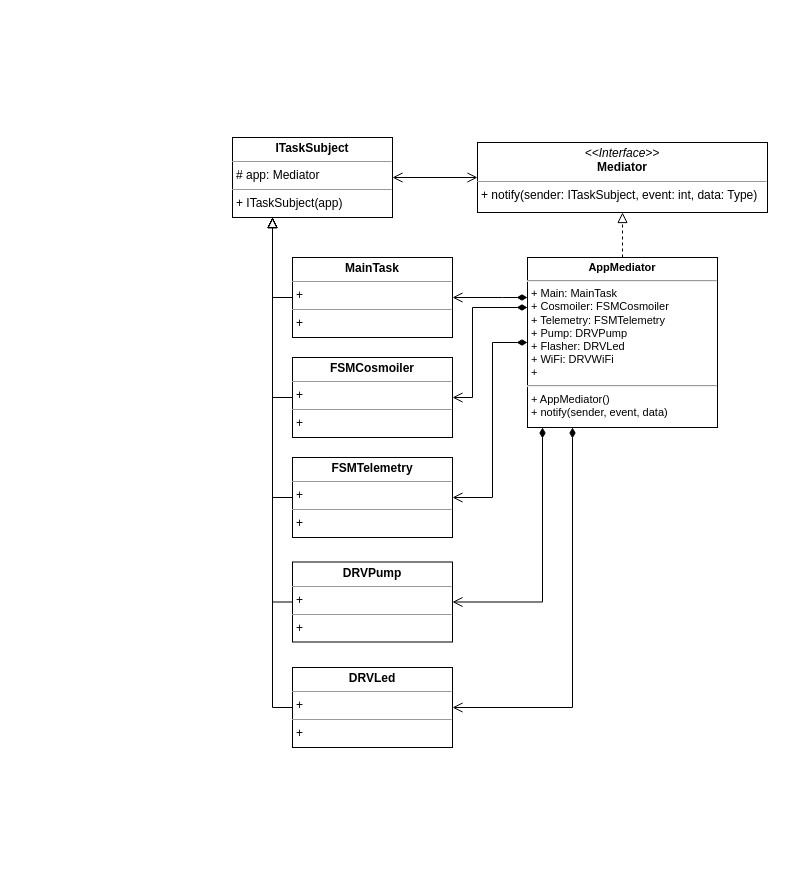
The draw.io diagram page "Mediator" (9 of 9) of Untitled Diagram.drawio in kosmonavtX/Cosmoiler-2.0, before the edit. Source tidied: cells renumbered, new cells numbered last; positions are measured from the earlier drawing's top-left corner, leaving out a move shared by most shapes. Both pictures are drawn from the tidied source at 100%, with x=0, y=0 at pixel (232, 137).
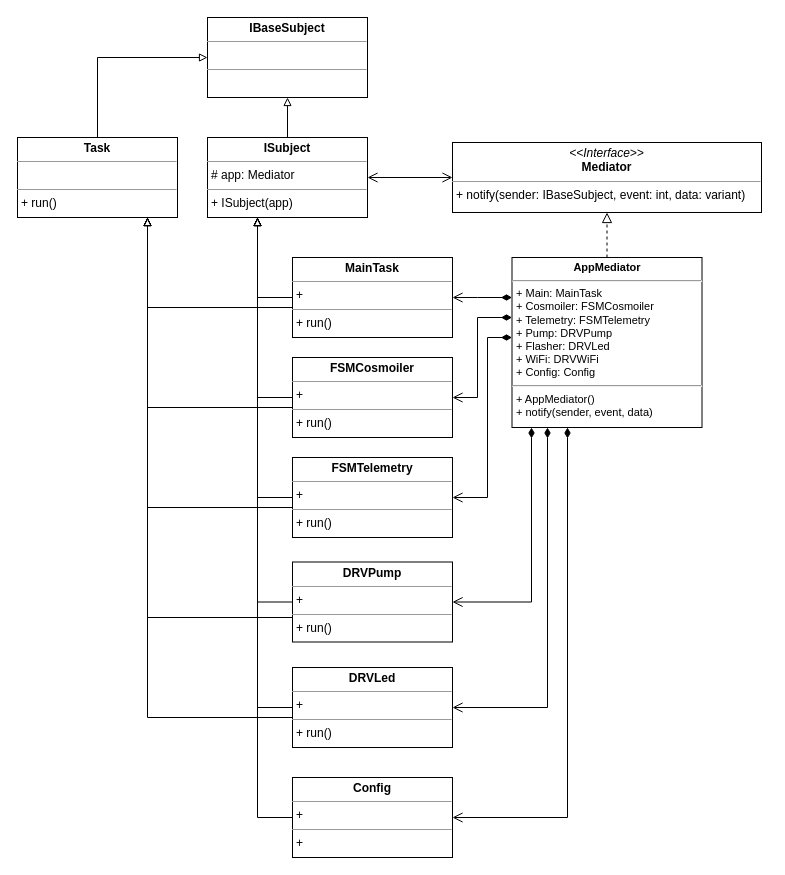
Above is the later version.

Change to the diagram source:
```diff
@@
-    <mxCell id="2" value="&lt;p style=&quot;margin:0px;margin-top:4px;text-align:center;&quot;&gt;&lt;i&gt;&amp;lt;&amp;lt;Interface&amp;gt;&amp;gt;&lt;/i&gt;&lt;br&gt;&lt;b&gt;Mediator&lt;/b&gt;&lt;/p&gt;&lt;hr size=&quot;1&quot;&gt;&lt;p style=&quot;margin:0px;margin-left:4px;&quot;&gt;+ notify(sender: ITaskSubject, event: int, data: Type)&lt;br&gt;&lt;/p&gt;" style="verticalAlign=top;align=left;overflow=fill;fontSize=12;fontFamily=Helvetica;html=1;" parent="1" vertex="1">
-      <mxGeometry x="245" y="5" width="290" height="70" as="geometry" />
+    <mxCell id="2" value="&lt;p style=&quot;margin:0px;margin-top:4px;text-align:center;&quot;&gt;&lt;i&gt;&amp;lt;&amp;lt;Interface&amp;gt;&amp;gt;&lt;/i&gt;&lt;br&gt;&lt;b&gt;Mediator&lt;/b&gt;&lt;/p&gt;&lt;hr size=&quot;1&quot;&gt;&lt;p style=&quot;margin:0px;margin-left:4px;&quot;&gt;+ notify(sender: IBaseSubject, event: int, data: variant)&lt;br&gt;&lt;/p&gt;" style="verticalAlign=top;align=left;overflow=fill;fontSize=12;fontFamily=Helvetica;html=1;" parent="1" vertex="1">
+      <mxGeometry x="220" y="5" width="309" height="70" as="geometry" />
     </mxCell>
@@
-    <mxCell id="4" value="&lt;p style=&quot;margin: 4px 0px 0px; text-align: center; font-size: 11px;&quot;&gt;&lt;b style=&quot;font-size: 11px;&quot;&gt;AppMediator&lt;/b&gt;&lt;/p&gt;&lt;hr style=&quot;font-size: 11px;&quot;&gt;&lt;p style=&quot;margin: 0px 0px 0px 4px; font-size: 11px;&quot;&gt;+ Main: MainTask&amp;nbsp;&lt;/p&gt;&lt;p style=&quot;margin: 0px 0px 0px 4px; font-size: 11px;&quot;&gt;+ Cosmoiler: FSMCosmoiler&lt;/p&gt;&lt;p style=&quot;margin: 0px 0px 0px 4px; font-size: 11px;&quot;&gt;+ Telemetry: FSMTelemetry&lt;/p&gt;&lt;p style=&quot;margin: 0px 0px 0px 4px; font-size: 11px;&quot;&gt;+ Pump: DRVPump&lt;/p&gt;&lt;p style=&quot;margin: 0px 0px 0px 4px; font-size: 11px;&quot;&gt;+ Flasher: DRVLed&lt;/p&gt;&lt;p style=&quot;margin: 0px 0px 0px 4px; font-size: 11px;&quot;&gt;+ WiFi: DRVWiFi&lt;/p&gt;&lt;p style=&quot;margin: 0px 0px 0px 4px; font-size: 11px;&quot;&gt;+&amp;nbsp;&lt;/p&gt;&lt;hr style=&quot;font-size: 11px;&quot;&gt;&lt;p style=&quot;margin: 0px 0px 0px 4px; font-size: 11px;&quot;&gt;+ AppMediator()&lt;/p&gt;&lt;p style=&quot;margin: 0px 0px 0px 4px; font-size: 11px;&quot;&gt;+ notify(sender, event, data)&lt;/p&gt;" style="verticalAlign=top;align=left;overflow=fill;fontSize=11;fontFamily=Helvetica;html=1;" parent="1" vertex="1">
-      <mxGeometry x="295" y="120" width="190" height="170" as="geometry" />
+    <mxCell id="4" value="&lt;p style=&quot;margin: 4px 0px 0px; text-align: center; font-size: 11px;&quot;&gt;&lt;b style=&quot;font-size: 11px;&quot;&gt;AppMediator&lt;/b&gt;&lt;/p&gt;&lt;hr style=&quot;font-size: 11px;&quot;&gt;&lt;p style=&quot;margin: 0px 0px 0px 4px; font-size: 11px;&quot;&gt;+ Main: MainTask&amp;nbsp;&lt;/p&gt;&lt;p style=&quot;margin: 0px 0px 0px 4px; font-size: 11px;&quot;&gt;+ Cosmoiler: FSMCosmoiler&lt;/p&gt;&lt;p style=&quot;margin: 0px 0px 0px 4px; font-size: 11px;&quot;&gt;+ Telemetry: FSMTelemetry&lt;/p&gt;&lt;p style=&quot;margin: 0px 0px 0px 4px; font-size: 11px;&quot;&gt;+ Pump: DRVPump&lt;/p&gt;&lt;p style=&quot;margin: 0px 0px 0px 4px; font-size: 11px;&quot;&gt;+ Flasher: DRVLed&lt;/p&gt;&lt;p style=&quot;margin: 0px 0px 0px 4px; font-size: 11px;&quot;&gt;+ WiFi: DRVWiFi&lt;/p&gt;&lt;p style=&quot;margin: 0px 0px 0px 4px; font-size: 11px;&quot;&gt;+ Config: Config&lt;/p&gt;&lt;hr style=&quot;font-size: 11px;&quot;&gt;&lt;p style=&quot;margin: 0px 0px 0px 4px; font-size: 11px;&quot;&gt;+ AppMediator()&lt;/p&gt;&lt;p style=&quot;margin: 0px 0px 0px 4px; font-size: 11px;&quot;&gt;+ notify(sender, event, data)&lt;/p&gt;" style="verticalAlign=top;align=left;overflow=fill;fontSize=11;fontFamily=Helvetica;html=1;" parent="1" vertex="1">
+      <mxGeometry x="279.5" y="120" width="190" height="170" as="geometry" />
     </mxCell>
     <mxCell id="5" style="edgeStyle=orthogonalEdgeStyle;rounded=0;jettySize=auto;html=1;fontSize=11;startArrow=open;startFill=0;endArrow=diamondThin;endFill=1;startSize=8;endSize=8;" parent="1" edge="1" source="7" target="4">
       <mxGeometry relative="1" as="geometry">
         <Array as="points">
-          <mxPoint x="240" y="260" />
-          <mxPoint x="240" y="170" />
+          <mxPoint x="245" y="260" />
+          <mxPoint x="245" y="180" />
         </Array>
       </mxGeometry>
     </mxCell>
-    <mxCell id="6" style="edgeStyle=orthogonalEdgeStyle;rounded=0;jettySize=auto;html=1;fontSize=11;startArrow=none;startFill=0;endArrow=block;endFill=0;startSize=8;endSize=8;entryX=0.25;entryY=1;entryDx=0;entryDy=0;exitX=0;exitY=0.5;exitDx=0;exitDy=0;" parent="1" edge="1" source="7" target="8">
+    <mxCell id="6" style="edgeStyle=orthogonalEdgeStyle;rounded=0;jettySize=auto;html=1;fontSize=11;startArrow=none;startFill=0;endArrow=block;endFill=0;startSize=8;endSize=6;exitX=0;exitY=0.5;exitDx=0;exitDy=0;" parent="1" edge="1" source="7" target="8">
       <mxGeometry relative="1" as="geometry">
         <Array as="points">
-          <mxPoint x="40" y="260" />
+          <mxPoint x="25" y="260" />
         </Array>
       </mxGeometry>
     </mxCell>
+    <mxCell id="22" style="edgeStyle=orthogonalEdgeStyle;rounded=0;jettySize=auto;html=1;endArrow=block;endFill=0;" parent="1" edge="1" source="7" target="30">
+      <mxGeometry relative="1" as="geometry">
+        <Array as="points">
+          <mxPoint x="-85" y="270" />
+        </Array>
+      </mxGeometry>
+    </mxCell>
-    <mxCell id="7" value="&lt;p style=&quot;margin:0px;margin-top:4px;text-align:center;&quot;&gt;&lt;b&gt;FSMCosmoiler&lt;/b&gt;&lt;/p&gt;&lt;hr size=&quot;1&quot;&gt;&lt;p style=&quot;margin:0px;margin-left:4px;&quot;&gt;+&lt;/p&gt;&lt;hr size=&quot;1&quot;&gt;&lt;p style=&quot;margin:0px;margin-left:4px;&quot;&gt;+&amp;nbsp;&lt;/p&gt;" style="verticalAlign=top;align=left;overflow=fill;fontSize=12;fontFamily=Helvetica;html=1;" parent="1" vertex="1">
+    <mxCell id="7" value="&lt;p style=&quot;margin:0px;margin-top:4px;text-align:center;&quot;&gt;&lt;b&gt;FSMCosmoiler&lt;/b&gt;&lt;/p&gt;&lt;hr size=&quot;1&quot;&gt;&lt;p style=&quot;margin:0px;margin-left:4px;&quot;&gt;+&lt;/p&gt;&lt;hr size=&quot;1&quot;&gt;&lt;p style=&quot;margin:0px;margin-left:4px;&quot;&gt;+ run()&lt;/p&gt;" style="verticalAlign=top;align=left;overflow=fill;fontSize=12;fontFamily=Helvetica;html=1;" parent="1" vertex="1">
       <mxGeometry x="60" y="220" width="160" height="80" as="geometry" />
     </mxCell>
+    <mxCell id="23" style="edgeStyle=orthogonalEdgeStyle;rounded=0;jettySize=auto;html=1;endArrow=block;endFill=0;" parent="1" edge="1" source="8" target="28">
+      <mxGeometry relative="1" as="geometry" />
+    </mxCell>
-    <mxCell id="8" value="&lt;p style=&quot;margin:0px;margin-top:4px;text-align:center;&quot;&gt;&lt;b&gt;ITaskSubject&lt;/b&gt;&lt;/p&gt;&lt;hr size=&quot;1&quot;&gt;&lt;p style=&quot;margin:0px;margin-left:4px;&quot;&gt;# app: Mediator&lt;/p&gt;&lt;hr size=&quot;1&quot;&gt;&lt;p style=&quot;margin:0px;margin-left:4px;&quot;&gt;+ ITaskSubject(app)&lt;/p&gt;" style="verticalAlign=top;align=left;overflow=fill;fontSize=12;fontFamily=Helvetica;html=1;" parent="1" vertex="1">
-      <mxGeometry width="160" height="80" as="geometry" />
+    <mxCell id="8" value="&lt;p style=&quot;margin:0px;margin-top:4px;text-align:center;&quot;&gt;&lt;b&gt;ISubject&lt;/b&gt;&lt;/p&gt;&lt;hr size=&quot;1&quot;&gt;&lt;p style=&quot;margin:0px;margin-left:4px;&quot;&gt;# app: Mediator&lt;/p&gt;&lt;hr size=&quot;1&quot;&gt;&lt;p style=&quot;margin:0px;margin-left:4px;&quot;&gt;+ ISubject(app)&lt;/p&gt;" style="verticalAlign=top;align=left;overflow=fill;fontSize=12;fontFamily=Helvetica;html=1;" parent="1" vertex="1">
+      <mxGeometry x="-25" width="160" height="80" as="geometry" />
     </mxCell>
     <mxCell id="9" style="edgeStyle=orthogonalEdgeStyle;rounded=0;jettySize=auto;html=1;fontSize=11;startArrow=open;startFill=0;endArrow=diamondThin;endFill=1;startSize=8;endSize=8;" parent="1" edge="1" source="11" target="4">
       <mxGeometry relative="1" as="geometry">
         <Array as="points">
-          <mxPoint x="270" y="160" />
-          <mxPoint x="270" y="160" />
+          <mxPoint x="245" y="160" />
+          <mxPoint x="245" y="160" />
         </Array>
       </mxGeometry>
     </mxCell>
-    <mxCell id="10" style="edgeStyle=orthogonalEdgeStyle;rounded=0;jettySize=auto;html=1;entryX=0.25;entryY=1;entryDx=0;entryDy=0;fontSize=11;startArrow=none;startFill=0;endArrow=block;endFill=0;startSize=8;endSize=8;exitX=0;exitY=0.5;exitDx=0;exitDy=0;" parent="1" edge="1" source="11" target="8">
-      <mxGeometry relative="1" as="geometry" />
+    <mxCell id="10" style="edgeStyle=orthogonalEdgeStyle;rounded=0;jettySize=auto;html=1;fontSize=11;startArrow=none;startFill=0;endArrow=block;endFill=0;startSize=8;endSize=6;exitX=0;exitY=0.5;exitDx=0;exitDy=0;" parent="1" edge="1" source="11" target="8">
+      <mxGeometry relative="1" as="geometry">
+        <Array as="points">
+          <mxPoint x="25" y="160" />
+        </Array>
+      </mxGeometry>
     </mxCell>
+    <mxCell id="24" style="edgeStyle=orthogonalEdgeStyle;rounded=0;jettySize=auto;html=1;endArrow=block;endFill=0;" parent="1" edge="1" source="11" target="30">
+      <mxGeometry relative="1" as="geometry">
+        <Array as="points">
+          <mxPoint x="-85" y="170" />
+        </Array>
+      </mxGeometry>
+    </mxCell>
-    <mxCell id="11" value="&lt;p style=&quot;margin:0px;margin-top:4px;text-align:center;&quot;&gt;&lt;b&gt;MainTask&lt;/b&gt;&lt;/p&gt;&lt;hr size=&quot;1&quot;&gt;&lt;p style=&quot;margin:0px;margin-left:4px;&quot;&gt;+&lt;/p&gt;&lt;hr size=&quot;1&quot;&gt;&lt;p style=&quot;margin:0px;margin-left:4px;&quot;&gt;+&lt;/p&gt;" style="verticalAlign=top;align=left;overflow=fill;fontSize=12;fontFamily=Helvetica;html=1;" parent="1" vertex="1">
+    <mxCell id="11" value="&lt;p style=&quot;margin:0px;margin-top:4px;text-align:center;&quot;&gt;&lt;b&gt;MainTask&lt;/b&gt;&lt;/p&gt;&lt;hr size=&quot;1&quot;&gt;&lt;p style=&quot;margin:0px;margin-left:4px;&quot;&gt;+&lt;/p&gt;&lt;hr size=&quot;1&quot;&gt;&lt;p style=&quot;margin:0px;margin-left:4px;&quot;&gt;+ run()&lt;/p&gt;" style="verticalAlign=top;align=left;overflow=fill;fontSize=12;fontFamily=Helvetica;html=1;" parent="1" vertex="1">
       <mxGeometry x="60" y="120" width="160" height="80" as="geometry" />
     </mxCell>
@@
-    <mxCell id="13" style="edgeStyle=orthogonalEdgeStyle;rounded=0;jettySize=auto;html=1;fontSize=11;startArrow=none;startFill=0;endArrow=block;endFill=0;startSize=8;endSize=8;exitX=0;exitY=0.5;exitDx=0;exitDy=0;entryX=0.25;entryY=1;entryDx=0;entryDy=0;" parent="1" edge="1" source="15" target="8">
-      <mxGeometry relative="1" as="geometry" />
+    <mxCell id="13" style="edgeStyle=orthogonalEdgeStyle;rounded=0;jettySize=auto;html=1;fontSize=11;startArrow=none;startFill=0;endArrow=block;endFill=0;startSize=8;endSize=6;exitX=0;exitY=0.5;exitDx=0;exitDy=0;" parent="1" edge="1" source="15" target="8">
+      <mxGeometry relative="1" as="geometry">
+        <Array as="points">
+          <mxPoint x="25" y="360" />
+        </Array>
+      </mxGeometry>
     </mxCell>
     <mxCell id="14" style="edgeStyle=orthogonalEdgeStyle;rounded=0;jettySize=auto;html=1;fontSize=11;startArrow=open;startFill=0;endArrow=diamondThin;endFill=1;startSize=8;endSize=8;" parent="1" edge="1" source="15" target="4">
       <mxGeometry relative="1" as="geometry">
         <Array as="points">
-          <mxPoint x="260" y="360" />
-          <mxPoint x="260" y="205" />
+          <mxPoint x="255" y="360" />
+          <mxPoint x="255" y="200" />
         </Array>
       </mxGeometry>
     </mxCell>
+    <mxCell id="25" style="edgeStyle=orthogonalEdgeStyle;rounded=0;jettySize=auto;html=1;endArrow=block;endFill=0;" parent="1" edge="1" source="15" target="30">
+      <mxGeometry relative="1" as="geometry">
+        <Array as="points">
+          <mxPoint x="-85" y="370" />
+        </Array>
+      </mxGeometry>
+    </mxCell>
-    <mxCell id="15" value="&lt;p style=&quot;margin:0px;margin-top:4px;text-align:center;&quot;&gt;&lt;b&gt;FSMTelemetry&lt;/b&gt;&lt;/p&gt;&lt;hr size=&quot;1&quot;&gt;&lt;p style=&quot;margin:0px;margin-left:4px;&quot;&gt;+&lt;/p&gt;&lt;hr size=&quot;1&quot;&gt;&lt;p style=&quot;margin:0px;margin-left:4px;&quot;&gt;+&amp;nbsp;&lt;/p&gt;" style="verticalAlign=top;align=left;overflow=fill;fontSize=12;fontFamily=Helvetica;html=1;" parent="1" vertex="1">
+    <mxCell id="15" value="&lt;p style=&quot;margin:0px;margin-top:4px;text-align:center;&quot;&gt;&lt;b&gt;FSMTelemetry&lt;/b&gt;&lt;/p&gt;&lt;hr size=&quot;1&quot;&gt;&lt;p style=&quot;margin:0px;margin-left:4px;&quot;&gt;+&lt;/p&gt;&lt;hr size=&quot;1&quot;&gt;&lt;p style=&quot;margin:0px;margin-left:4px;&quot;&gt;+ run()&lt;/p&gt;" style="verticalAlign=top;align=left;overflow=fill;fontSize=12;fontFamily=Helvetica;html=1;" parent="1" vertex="1">
       <mxGeometry x="60" y="320" width="160" height="80" as="geometry" />
     </mxCell>
     <mxCell id="16" style="edgeStyle=orthogonalEdgeStyle;rounded=0;jettySize=auto;html=1;fontSize=11;startArrow=open;startFill=0;endArrow=diamondThin;endFill=1;startSize=8;endSize=8;" parent="1" edge="1" source="17" target="4">
       <mxGeometry relative="1" as="geometry">
         <Array as="points">
-          <mxPoint x="310" y="464" />
+          <mxPoint x="299" y="465" />
         </Array>
       </mxGeometry>
     </mxCell>
+    <mxCell id="26" style="edgeStyle=orthogonalEdgeStyle;rounded=0;jettySize=auto;html=1;endArrow=block;endFill=0;" parent="1" edge="1" source="17" target="30">
+      <mxGeometry relative="1" as="geometry">
+        <Array as="points">
+          <mxPoint x="-85" y="480" />
+        </Array>
+      </mxGeometry>
+    </mxCell>
-    <mxCell id="17" value="&lt;p style=&quot;margin:0px;margin-top:4px;text-align:center;&quot;&gt;&lt;b&gt;DRVPump&lt;/b&gt;&lt;/p&gt;&lt;hr size=&quot;1&quot;&gt;&lt;p style=&quot;margin:0px;margin-left:4px;&quot;&gt;+&lt;/p&gt;&lt;hr size=&quot;1&quot;&gt;&lt;p style=&quot;margin:0px;margin-left:4px;&quot;&gt;+&amp;nbsp;&lt;/p&gt;" style="verticalAlign=top;align=left;overflow=fill;fontSize=12;fontFamily=Helvetica;html=1;" parent="1" vertex="1">
+    <mxCell id="17" value="&lt;p style=&quot;margin:0px;margin-top:4px;text-align:center;&quot;&gt;&lt;b&gt;DRVPump&lt;/b&gt;&lt;/p&gt;&lt;hr size=&quot;1&quot;&gt;&lt;p style=&quot;margin:0px;margin-left:4px;&quot;&gt;+&lt;/p&gt;&lt;hr size=&quot;1&quot;&gt;&lt;p style=&quot;margin:0px;margin-left:4px;&quot;&gt;+ run()&lt;/p&gt;" style="verticalAlign=top;align=left;overflow=fill;fontSize=12;fontFamily=Helvetica;html=1;" parent="1" vertex="1">
       <mxGeometry x="60" y="424.5" width="160" height="80" as="geometry" />
     </mxCell>
     <mxCell id="18" style="edgeStyle=orthogonalEdgeStyle;rounded=0;jettySize=auto;html=1;fontSize=11;startArrow=open;startFill=0;endArrow=diamondThin;endFill=1;startSize=8;endSize=8;" parent="1" edge="1" source="19" target="4">
       <mxGeometry relative="1" as="geometry">
         <Array as="points">
-          <mxPoint x="340" y="570" />
+          <mxPoint x="315" y="570" />
         </Array>
       </mxGeometry>
     </mxCell>
+    <mxCell id="27" style="edgeStyle=orthogonalEdgeStyle;rounded=0;jettySize=auto;html=1;endArrow=block;endFill=0;" parent="1" edge="1" source="19" target="30">
+      <mxGeometry relative="1" as="geometry">
+        <Array as="points">
+          <mxPoint x="-85" y="580" />
+        </Array>
+      </mxGeometry>
+    </mxCell>
-    <mxCell id="19" value="&lt;p style=&quot;margin:0px;margin-top:4px;text-align:center;&quot;&gt;&lt;b&gt;DRVLed&lt;/b&gt;&lt;/p&gt;&lt;hr size=&quot;1&quot;&gt;&lt;p style=&quot;margin:0px;margin-left:4px;&quot;&gt;+&lt;/p&gt;&lt;hr size=&quot;1&quot;&gt;&lt;p style=&quot;margin:0px;margin-left:4px;&quot;&gt;+&amp;nbsp;&lt;/p&gt;" style="verticalAlign=top;align=left;overflow=fill;fontSize=12;fontFamily=Helvetica;html=1;" parent="1" vertex="1">
+    <mxCell id="19" value="&lt;p style=&quot;margin:0px;margin-top:4px;text-align:center;&quot;&gt;&lt;b&gt;DRVLed&lt;/b&gt;&lt;/p&gt;&lt;hr size=&quot;1&quot;&gt;&lt;p style=&quot;margin:0px;margin-left:4px;&quot;&gt;+&lt;/p&gt;&lt;hr size=&quot;1&quot;&gt;&lt;p style=&quot;margin:0px;margin-left:4px;&quot;&gt;+ run()&lt;/p&gt;" style="verticalAlign=top;align=left;overflow=fill;fontSize=12;fontFamily=Helvetica;html=1;" parent="1" vertex="1">
       <mxGeometry x="60" y="530" width="160" height="80" as="geometry" />
     </mxCell>
-    <mxCell id="20" style="edgeStyle=orthogonalEdgeStyle;rounded=0;jettySize=auto;html=1;fontSize=11;startArrow=none;startFill=0;endArrow=block;endFill=0;startSize=8;endSize=8;exitX=0;exitY=0.5;exitDx=0;exitDy=0;entryX=0.25;entryY=1;entryDx=0;entryDy=0;" parent="1" edge="1" source="17">
+    <mxCell id="20" style="edgeStyle=orthogonalEdgeStyle;rounded=0;jettySize=auto;html=1;fontSize=11;startArrow=none;startFill=0;endArrow=block;endFill=0;startSize=8;endSize=6;exitX=0;exitY=0.5;exitDx=0;exitDy=0;" parent="1" edge="1" source="17" target="8">
       <mxGeometry relative="1" as="geometry">
-        <mxPoint x="40" y="80" as="targetPoint" />
+        <Array as="points">
+          <mxPoint x="25" y="465" />
+        </Array>
       </mxGeometry>
     </mxCell>
-    <mxCell id="21" style="edgeStyle=orthogonalEdgeStyle;rounded=0;jettySize=auto;html=1;fontSize=11;startArrow=none;startFill=0;endArrow=block;endFill=0;startSize=8;endSize=8;exitX=0;exitY=0.5;exitDx=0;exitDy=0;" parent="1" edge="1" source="19">
+    <mxCell id="21" style="edgeStyle=orthogonalEdgeStyle;rounded=0;jettySize=auto;html=1;fontSize=11;startArrow=none;startFill=0;endArrow=block;endFill=0;startSize=8;endSize=6;exitX=0;exitY=0.5;exitDx=0;exitDy=0;" parent="1" edge="1" source="19" target="8">
       <mxGeometry relative="1" as="geometry">
-        <mxPoint x="40" y="80" as="targetPoint" />
+        <Array as="points">
+          <mxPoint x="25" y="570" />
+        </Array>
       </mxGeometry>
     </mxCell>
+    <mxCell id="28" value="&lt;p style=&quot;margin:0px;margin-top:4px;text-align:center;&quot;&gt;&lt;b&gt;IBaseSubject&lt;/b&gt;&lt;/p&gt;&lt;hr size=&quot;1&quot;&gt;&lt;p style=&quot;margin:0px;margin-left:4px;&quot;&gt;&lt;br&gt;&lt;/p&gt;&lt;hr size=&quot;1&quot;&gt;&lt;p style=&quot;margin:0px;margin-left:4px;&quot;&gt;&lt;br&gt;&lt;/p&gt;" style="verticalAlign=top;align=left;overflow=fill;fontSize=12;fontFamily=Helvetica;html=1;" parent="1" vertex="1">
+      <mxGeometry x="-25" y="-120" width="160" height="80" as="geometry" />
+    </mxCell>
+    <mxCell id="29" style="edgeStyle=orthogonalEdgeStyle;rounded=0;jettySize=auto;html=1;entryX=0;entryY=0.5;entryDx=0;entryDy=0;endArrow=block;endFill=0;" parent="1" edge="1" source="30" target="28">
+      <mxGeometry relative="1" as="geometry">
+        <Array as="points">
+          <mxPoint x="-135" y="-80" />
+        </Array>
+      </mxGeometry>
+    </mxCell>
+    <mxCell id="30" value="&lt;p style=&quot;margin:0px;margin-top:4px;text-align:center;&quot;&gt;&lt;b&gt;Task&lt;/b&gt;&lt;/p&gt;&lt;hr size=&quot;1&quot;&gt;&lt;p style=&quot;margin:0px;margin-left:4px;&quot;&gt;&lt;br&gt;&lt;/p&gt;&lt;hr size=&quot;1&quot;&gt;&lt;p style=&quot;margin:0px;margin-left:4px;&quot;&gt;+ run()&lt;/p&gt;" style="verticalAlign=top;align=left;overflow=fill;fontSize=12;fontFamily=Helvetica;html=1;" parent="1" vertex="1">
+      <mxGeometry x="-215" width="160" height="80" as="geometry" />
+    </mxCell>
+    <mxCell id="31" style="edgeStyle=orthogonalEdgeStyle;rounded=0;jettySize=auto;html=1;endArrow=block;endFill=0;endSize=6;" parent="1" edge="1" source="33" target="8">
+      <mxGeometry relative="1" as="geometry">
+        <Array as="points">
+          <mxPoint x="25" y="680" />
+        </Array>
+      </mxGeometry>
+    </mxCell>
+    <mxCell id="32" style="edgeStyle=orthogonalEdgeStyle;rounded=0;jettySize=auto;html=1;endArrow=diamondThin;endFill=1;endSize=8;startArrow=open;startFill=0;startSize=8;" parent="1" edge="1" source="33" target="4">
+      <mxGeometry relative="1" as="geometry">
+        <Array as="points">
+          <mxPoint x="335" y="680" />
+        </Array>
+      </mxGeometry>
+    </mxCell>
+    <mxCell id="33" value="&lt;p style=&quot;margin:0px;margin-top:4px;text-align:center;&quot;&gt;&lt;b&gt;Config&lt;/b&gt;&lt;/p&gt;&lt;hr size=&quot;1&quot;&gt;&lt;p style=&quot;margin:0px;margin-left:4px;&quot;&gt;+&lt;/p&gt;&lt;hr size=&quot;1&quot;&gt;&lt;p style=&quot;margin:0px;margin-left:4px;&quot;&gt;+&amp;nbsp;&lt;/p&gt;" style="verticalAlign=top;align=left;overflow=fill;fontSize=12;fontFamily=Helvetica;html=1;" parent="1" vertex="1">
+      <mxGeometry x="60" y="640" width="160" height="80" as="geometry" />
+    </mxCell>
```
